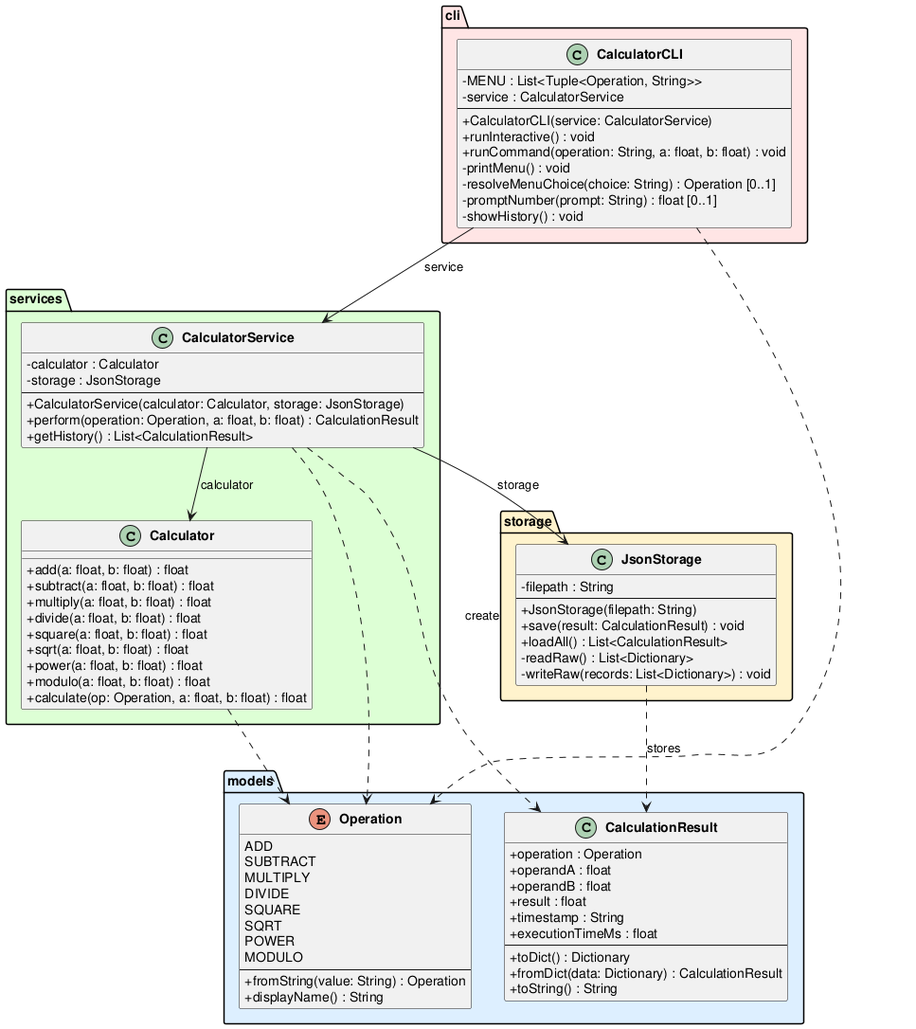
Earlier version of the PlantUML export experiments/pipeline/structured_text/calculator/artifacts/class_diagram.png (DanielRiha8906/Software_autoevolution_using_agents).
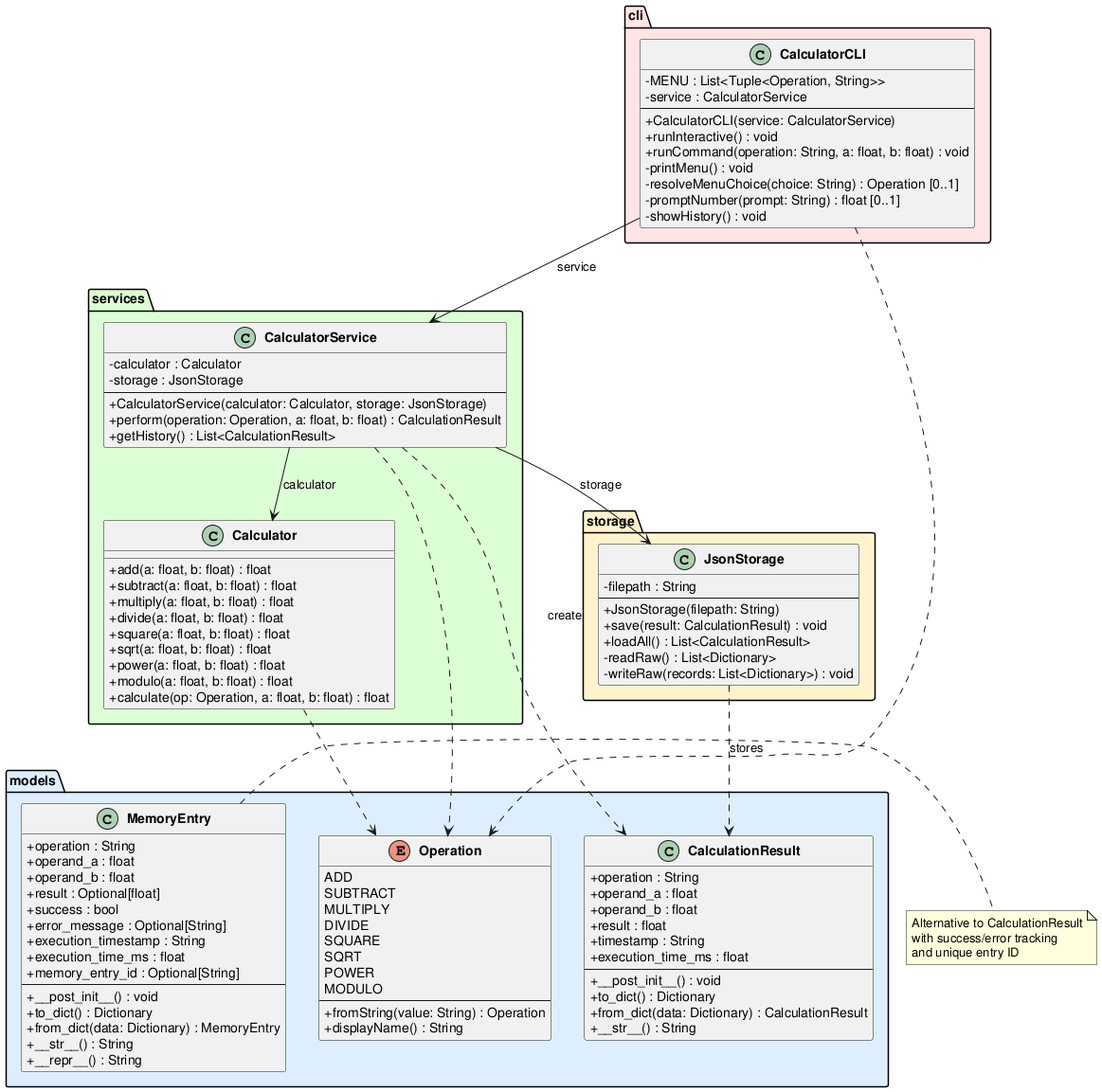
After the commit.

The edit, as a diff of the source:
```diff
@@ -19,16 +19,35 @@
     }
 
     class CalculationResult {
-        +operation : Operation
-        +operandA : float
-        +operandB : float
+        +operation : String
+        +operand_a : float
+        +operand_b : float
         +result : float
         +timestamp : String
-        +executionTimeMs : float
+        +execution_time_ms : float
         --
-        +toDict() : Dictionary
-        +fromDict(data: Dictionary) : CalculationResult
-        +toString() : String
+        +__post_init__() : void
+        +to_dict() : Dictionary
+        +from_dict(data: Dictionary) : CalculationResult
+        +__str__() : String
+    }
+
+    class MemoryEntry {
+        +operation : String
+        +operand_a : float
+        +operand_b : float
+        +result : Optional[float]
+        +success : bool
+        +error_message : Optional[String]
+        +execution_timestamp : String
+        +execution_time_ms : float
+        +memory_entry_id : Optional[String]
+        --
+        +__post_init__() : void
+        +to_dict() : Dictionary
+        +from_dict(data: Dictionary) : MemoryEntry
+        +__str__() : String
+        +__repr__() : String
     }
 }
 
@@ -92,4 +111,10 @@
 Calculator ..> Operation
 JsonStorage ..> CalculationResult : stores
 
+note right of MemoryEntry
+  Alternative to CalculationResult
+  with success/error tracking
+  and unique entry ID
+end note
+
 @enduml
```
